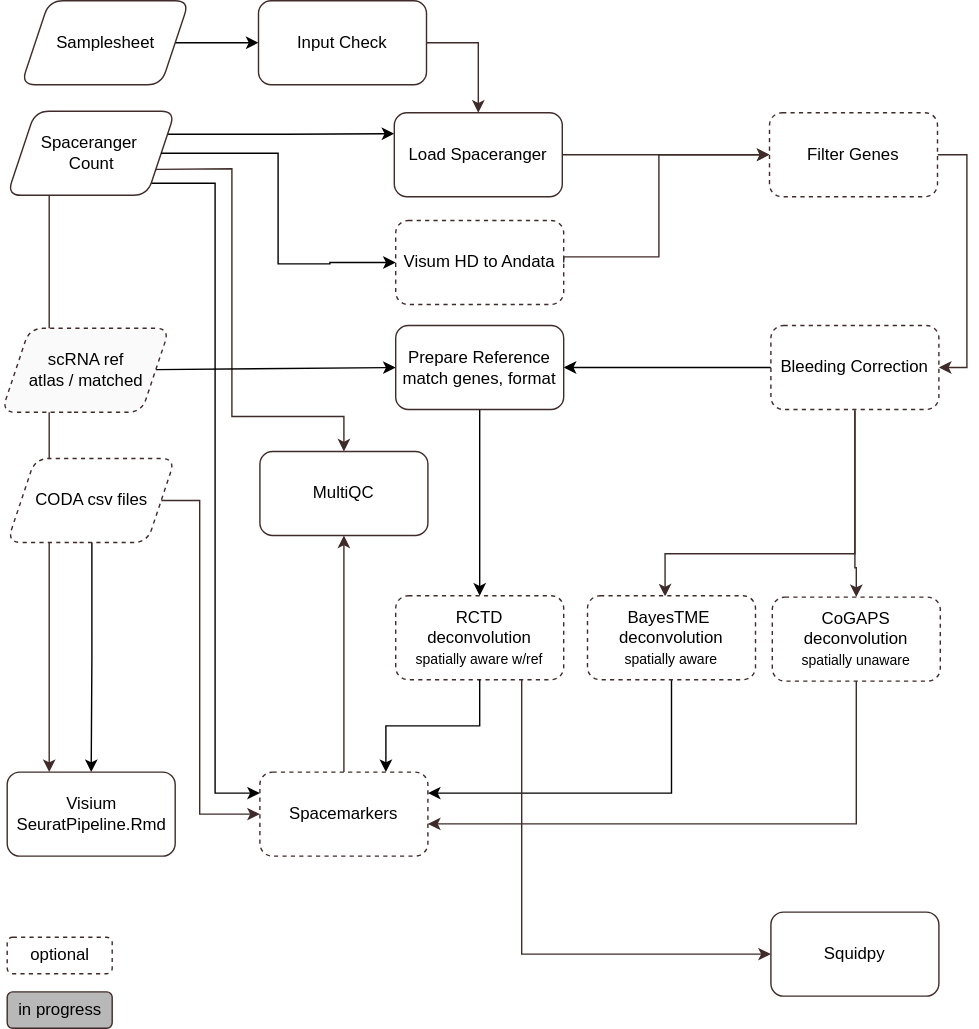
break-through-cancer/btc-spatial-pipelines keeps this draw.io diagram as assets/btc-visium.svg. Above is the earlier version. Source tidied: cells renumbered, new cells last; positions are measured from the earlier drawing's top-left corner, leaving out a move shared by most shapes.
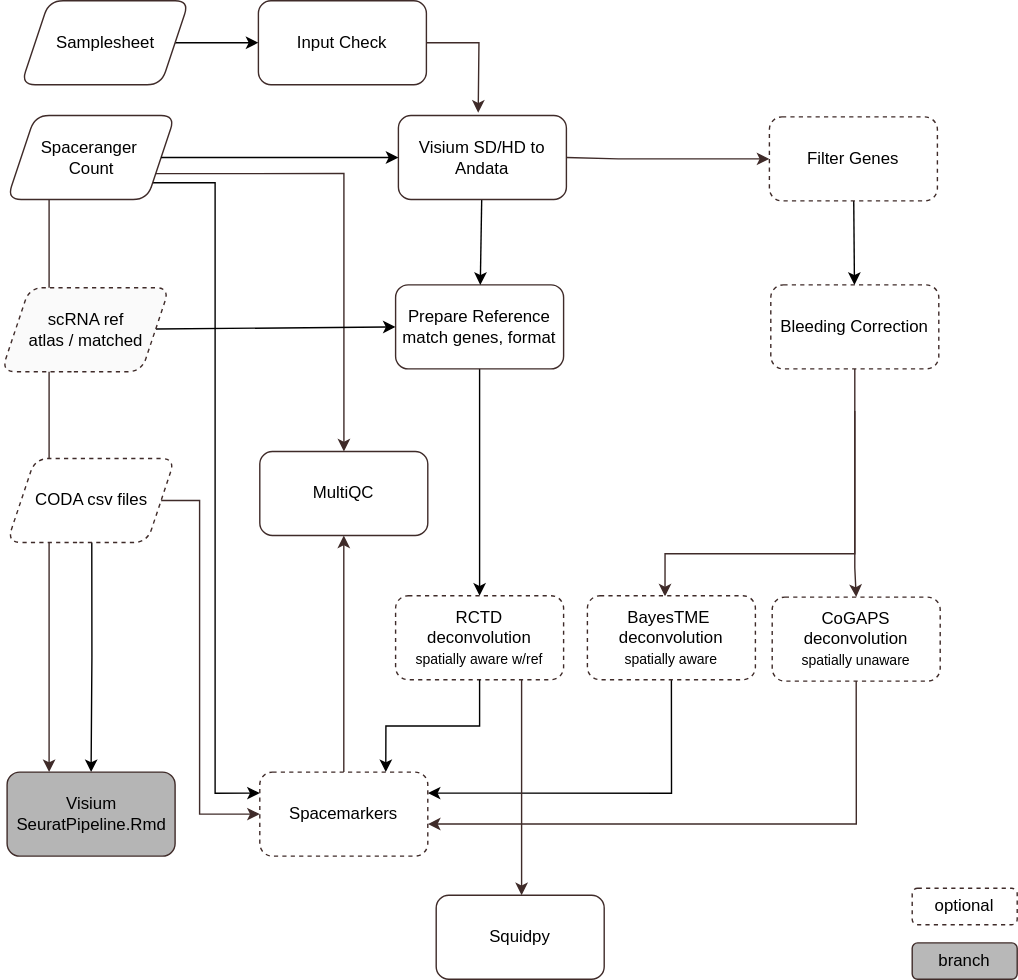
Later version of the same file.

Change to the diagram source:
```diff
@@ -8,10 +8,7 @@
     <mxCell id="3" style="edgeStyle=orthogonalEdgeStyle;rounded=0;jettySize=auto;html=1;strokeColor=#3F2B29;exitX=1;exitY=0.75;exitDx=0;exitDy=0;" parent="1" edge="1" source="6" target="22">
       <mxGeometry relative="1" as="geometry">
         <Array as="points">
-          <mxPoint x="112" y="120" />
-          <mxPoint x="165" y="120" />
-          <mxPoint x="165" y="297" />
-          <mxPoint x="245" y="297" />
+          <mxPoint x="245" y="124" />
         </Array>
       </mxGeometry>
     </mxCell>
@@ -23,24 +20,17 @@
         </Array>
       </mxGeometry>
     </mxCell>
-    <mxCell id="5" style="edgeStyle=orthogonalEdgeStyle;rounded=0;jettySize=auto;html=1;exitX=1;exitY=0.25;exitDx=0;exitDy=0;entryX=0;entryY=0.25;entryDx=0;entryDy=0;" parent="1" edge="1" source="6" target="10">
-      <mxGeometry relative="1" as="geometry" />
-    </mxCell>
     <mxCell id="6" value="Spaceranger&amp;nbsp;&lt;div&gt;Count&lt;/div&gt;" style="rounded=1;whiteSpace=wrap;html=1;strokeColor=#3F2B29;shape=parallelogram;boundedLbl=1;perimeter=parallelogramPerimeter;fixedSize=1;" parent="1" vertex="1">
-      <mxGeometry x="4.5" y="79" width="120" height="60" as="geometry" />
+      <mxGeometry x="4.5" y="82" width="120" height="60" as="geometry" />
     </mxCell>
-    <mxCell id="7" style="edgeStyle=orthogonalEdgeStyle;rounded=0;jettySize=auto;html=1;strokeColor=#3F2B29;exitX=1;exitY=0.5;exitDx=0;exitDy=0;" parent="1" edge="1" source="8" target="10">
-      <mxGeometry relative="1" as="geometry" />
+    <mxCell id="7" style="edgeStyle=orthogonalEdgeStyle;rounded=0;jettySize=auto;html=1;strokeColor=#3F2B29;exitX=1;exitY=0.5;exitDx=0;exitDy=0;" parent="1" edge="1" source="8">
+      <mxGeometry relative="1" as="geometry">
+        <mxPoint x="341" y="80" as="targetPoint" />
+      </mxGeometry>
     </mxCell>
     <mxCell id="8" value="Input Check" style="rounded=1;whiteSpace=wrap;html=1;strokeColor=#3F2B29;" parent="1" vertex="1">
       <mxGeometry x="184" width="120" height="60" as="geometry" />
     </mxCell>
-    <mxCell id="9" style="edgeStyle=orthogonalEdgeStyle;rounded=0;jettySize=auto;html=1;entryX=0;entryY=0.5;entryDx=0;entryDy=0;strokeColor=#3F2B29;" parent="1" edge="1" source="10" target="13">
-      <mxGeometry relative="1" as="geometry" />
-    </mxCell>
-    <mxCell id="10" value="Load Spaceranger" style="rounded=1;whiteSpace=wrap;html=1;strokeColor=#3F2B29;" parent="1" vertex="1">
-      <mxGeometry x="281" y="80" width="120" height="60" as="geometry" />
-    </mxCell>
     <mxCell id="11" style="edgeStyle=orthogonalEdgeStyle;rounded=0;jettySize=auto;html=1;entryX=0.462;entryY=0.01;entryDx=0;entryDy=0;exitX=0.5;exitY=1;exitDx=0;exitDy=0;strokeColor=#3F2B29;entryPerimeter=0;" parent="1" edge="1" source="25" target="20">
       <mxGeometry relative="1" as="geometry">
         <Array as="points">
@@ -49,11 +39,11 @@
         </Array>
       </mxGeometry>
     </mxCell>
-    <mxCell id="12" style="edgeStyle=orthogonalEdgeStyle;rounded=0;jettySize=auto;html=1;exitX=1;exitY=0.5;exitDx=0;exitDy=0;entryX=1;entryY=0.5;entryDx=0;entryDy=0;strokeColor=#3F2B29;" parent="1" edge="1" source="13" target="25">
+    <mxCell id="12" style="edgeStyle=none;html=1;" parent="1" edge="1" source="13" target="25">
       <mxGeometry relative="1" as="geometry" />
     </mxCell>
     <mxCell id="13" value="Filter Genes" style="rounded=1;whiteSpace=wrap;html=1;strokeColor=#3F2B29;dashed=1;" parent="1" vertex="1">
-      <mxGeometry x="549" y="80" width="120" height="60" as="geometry" />
+      <mxGeometry x="549" y="83" width="120" height="60" as="geometry" />
     </mxCell>
     <mxCell id="14" style="edgeStyle=orthogonalEdgeStyle;rounded=0;jettySize=auto;html=1;exitX=1;exitY=0.5;exitDx=0;exitDy=0;entryX=0;entryY=0.5;entryDx=0;entryDy=0;strokeColor=#3F2B29;" parent="1" edge="1" source="16" target="27">
       <mxGeometry relative="1" as="geometry">
@@ -69,7 +59,7 @@
     <mxCell id="16" value="CODA csv files" style="rounded=1;whiteSpace=wrap;html=1;fillColor=default;strokeColor=#3F2B29;shape=parallelogram;boundedLbl=1;perimeter=parallelogramPerimeter;fixedSize=1;dashed=1;" parent="1" vertex="1">
       <mxGeometry x="4.5" y="327" width="120" height="60" as="geometry" />
     </mxCell>
-    <mxCell id="17" value="Visium SeuratPipeline.Rmd" style="rounded=1;whiteSpace=wrap;html=1;fillColor=none;strokeColor=#3F2B29;" parent="1" vertex="1">
+    <mxCell id="17" value="Visium SeuratPipeline.Rmd" style="rounded=1;whiteSpace=wrap;html=1;fillColor=#B5B5B5;strokeColor=#3F2B29;" parent="1" vertex="1">
       <mxGeometry x="4.5" y="551" width="120" height="60" as="geometry" />
     </mxCell>
     <mxCell id="18" style="edgeStyle=orthogonalEdgeStyle;rounded=0;jettySize=auto;html=1;entryX=0.5;entryY=1;entryDx=0;entryDy=0;strokeColor=#3F2B29;exitX=0.5;exitY=0;exitDx=0;exitDy=0;" parent="1" edge="1" source="27" target="22">
@@ -94,14 +84,11 @@
         </Array>
       </mxGeometry>
     </mxCell>
-    <mxCell id="24" style="edgeStyle=none;html=1;entryX=1;entryY=0.5;entryDx=0;entryDy=0;" parent="1" edge="1" source="25" target="36">
-      <mxGeometry relative="1" as="geometry" />
-    </mxCell>
     <mxCell id="25" value="Bleeding Correction" style="rounded=1;whiteSpace=wrap;html=1;strokeColor=#3F2B29;dashed=1;" parent="1" vertex="1">
-      <mxGeometry x="550" y="232" width="120" height="60" as="geometry" />
+      <mxGeometry x="550" y="203" width="120" height="60" as="geometry" />
     </mxCell>
-    <mxCell id="26" value="in progress" style="rounded=1;whiteSpace=wrap;html=1;fillColor=#B8B8B8;strokeColor=#3F2B29;" parent="1" vertex="1">
-      <mxGeometry x="4.5" y="708" width="75" height="26" as="geometry" />
+    <mxCell id="26" value="branch" style="rounded=1;whiteSpace=wrap;html=1;fillColor=#B8B8B8;strokeColor=#3F2B29;" parent="1" vertex="1">
+      <mxGeometry x="651" y="673" width="75" height="26" as="geometry" />
     </mxCell>
     <mxCell id="27" value="Spacemarkers" style="rounded=1;whiteSpace=wrap;html=1;strokeColor=#3F2B29;dashed=1;" parent="1" vertex="1">
       <mxGeometry x="185" y="551" width="120" height="60" as="geometry" />
@@ -122,22 +109,22 @@
       <mxGeometry x="14.5" width="120" height="60" as="geometry" />
     </mxCell>
     <mxCell id="31" value="Squidpy" style="rounded=1;whiteSpace=wrap;html=1;strokeColor=#3F2B29;" parent="1" vertex="1">
-      <mxGeometry x="550" y="651" width="120" height="60" as="geometry" />
+      <mxGeometry x="311" y="639" width="120" height="60" as="geometry" />
     </mxCell>
     <mxCell id="32" value="optional" style="rounded=1;whiteSpace=wrap;html=1;fillColor=#FFFFFF;strokeColor=#3F2B29;dashed=1;" parent="1" vertex="1">
-      <mxGeometry x="4.5" y="669" width="75" height="26" as="geometry" />
+      <mxGeometry x="651" y="634" width="75" height="26" as="geometry" />
     </mxCell>
     <mxCell id="33" style="edgeStyle=none;html=1;entryX=0;entryY=0.5;entryDx=0;entryDy=0;" parent="1" edge="1" source="34" target="36">
       <mxGeometry relative="1" as="geometry" />
     </mxCell>
     <mxCell id="34" value="scRNA ref&lt;div&gt;atlas / matched&lt;/div&gt;" style="rounded=1;whiteSpace=wrap;html=1;fillColor=#FAFAFA;strokeColor=#3F2B29;shape=parallelogram;boundedLbl=1;perimeter=parallelogramPerimeter;fixedSize=1;dashed=1;" parent="1" vertex="1">
-      <mxGeometry x="0.5" y="234" width="120" height="60" as="geometry" />
+      <mxGeometry x="0.5" y="205" width="120" height="60" as="geometry" />
     </mxCell>
     <mxCell id="35" style="edgeStyle=orthogonalEdgeStyle;html=1;exitX=0.5;exitY=1;exitDx=0;exitDy=0;entryX=0.5;entryY=0;entryDx=0;entryDy=0;" parent="1" edge="1" source="36" target="37">
       <mxGeometry relative="1" as="geometry" />
     </mxCell>
     <mxCell id="36" value="Prepare Reference&lt;div&gt;match genes, format&lt;/div&gt;" style="rounded=1;whiteSpace=wrap;html=1;strokeColor=#3F2B29;fillColor=none;" parent="1" vertex="1">
-      <mxGeometry x="282" y="232" width="120" height="60" as="geometry" />
+      <mxGeometry x="282" y="203" width="120" height="60" as="geometry" />
     </mxCell>
     <mxCell id="37" value="&lt;div style=&quot;scrollbar-color: light-dark(#e2e2e2, #4b4b4b)&lt;br/&gt;&#9;&#9;&#9;&#9;&#9;light-dark(#fbfbfb, var(--dark-panel-color));&quot;&gt;&lt;font color=&quot;#000000&quot;&gt;RCTD&lt;/font&gt;&lt;/div&gt;&lt;div style=&quot;scrollbar-color: light-dark(#e2e2e2, #4b4b4b)&lt;br/&gt;&#9;&#9;&#9;&#9;&#9;light-dark(#fbfbfb, var(--dark-panel-color));&quot;&gt;deconvolution&lt;/div&gt;&lt;div style=&quot;scrollbar-color: light-dark(#e2e2e2, #4b4b4b)&lt;br/&gt;&#9;&#9;&#9;&#9;&#9;light-dark(#fbfbfb, var(--dark-panel-color));&quot;&gt;&lt;font style=&quot;font-size: 10px;&quot;&gt;spatially aware w/ref&lt;/font&gt;&lt;/div&gt;" style="rounded=1;whiteSpace=wrap;html=1;strokeColor=#3F2B29;dashed=1;fillColor=none;" parent="1" vertex="1">
       <mxGeometry x="282" y="425" width="120" height="60" as="geometry" />
@@ -154,23 +141,20 @@
         </Array>
       </mxGeometry>
     </mxCell>
+    <mxCell id="43" style="edgeStyle=none;html=1;" parent="1" edge="1" source="40" target="36">
+      <mxGeometry relative="1" as="geometry" />
+    </mxCell>
-    <mxCell id="40" value="Visum HD to Andata" style="rounded=1;whiteSpace=wrap;html=1;strokeColor=#3F2B29;dashed=1;" parent="1" vertex="1">
-      <mxGeometry x="282" y="157" width="120" height="60" as="geometry" />
+    <mxCell id="40" value="Visium SD/HD to Andata" style="rounded=1;whiteSpace=wrap;html=1;strokeColor=#3F2B29;dashed=0;" parent="1" vertex="1">
+      <mxGeometry x="284" y="82" width="120" height="60" as="geometry" />
     </mxCell>
     <mxCell id="41" style="edgeStyle=orthogonalEdgeStyle;rounded=0;jettySize=auto;html=1;exitX=1;exitY=0.5;exitDx=0;exitDy=0;entryX=0;entryY=0.5;entryDx=0;entryDy=0;" parent="1" edge="1" source="6" target="40">
-      <mxGeometry relative="1" as="geometry">
-        <Array as="points">
-          <mxPoint x="198" y="109" />
-          <mxPoint x="198" y="188" />
-          <mxPoint x="235" y="188" />
-        </Array>
-      </mxGeometry>
+      <mxGeometry relative="1" as="geometry" />
     </mxCell>
     <mxCell id="42" style="edgeStyle=orthogonalEdgeStyle;rounded=0;jettySize=auto;html=1;strokeColor=#3F2B29;exitX=1;exitY=0.5;exitDx=0;exitDy=0;entryX=0;entryY=0.5;entryDx=0;entryDy=0;" parent="1" edge="1" source="40" target="13">
       <mxGeometry relative="1" as="geometry">
         <Array as="points">
-          <mxPoint x="470" y="183" />
-          <mxPoint x="470" y="110" />
+          <mxPoint x="441" y="113" />
+          <mxPoint x="441" y="113" />
         </Array>
       </mxGeometry>
     </mxCell>
```
